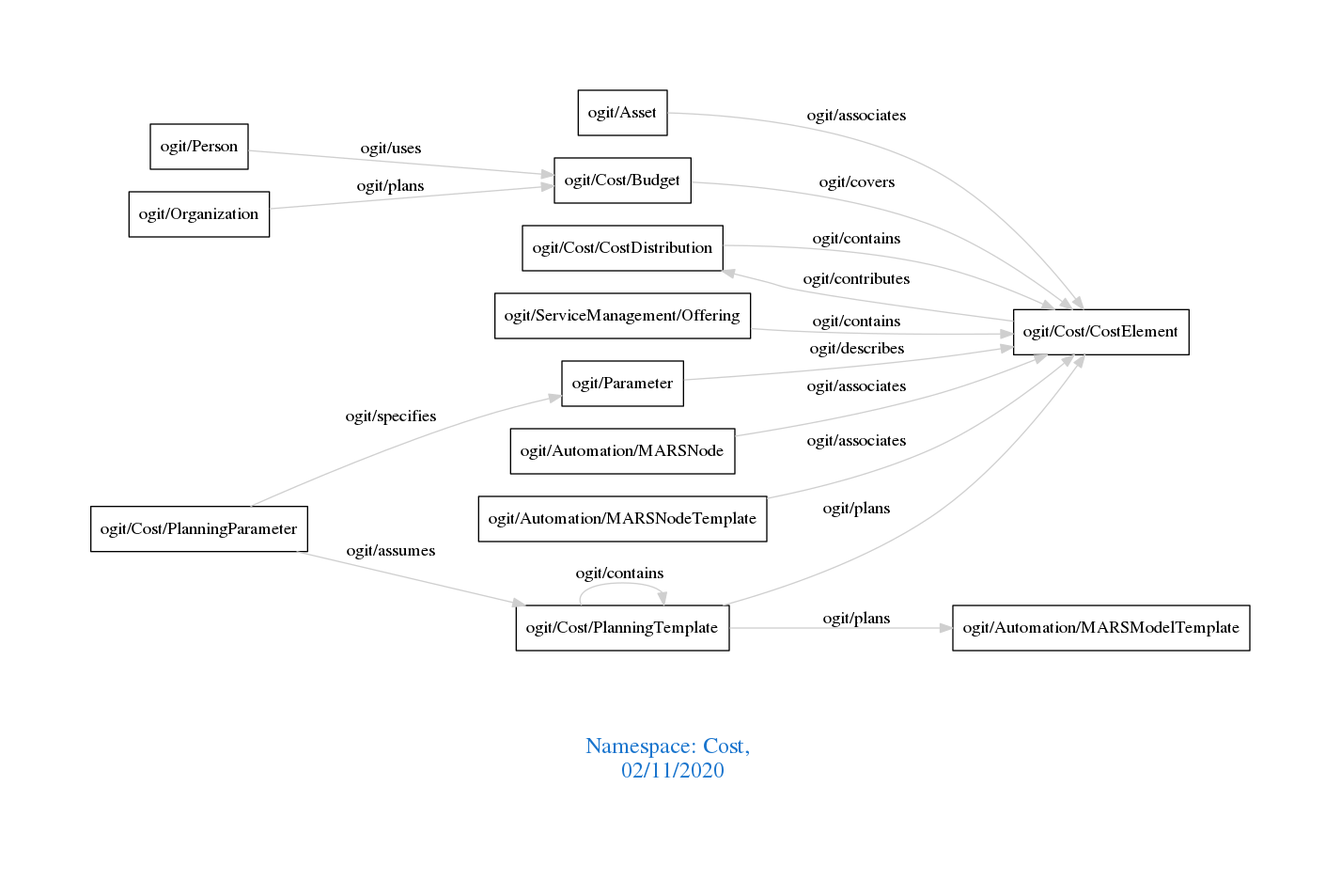
Before: downloads/Cost.png, a diagram exported from Graphviz (arago/OGIT). Its source is kept beside it as downloads/Cost.dot.
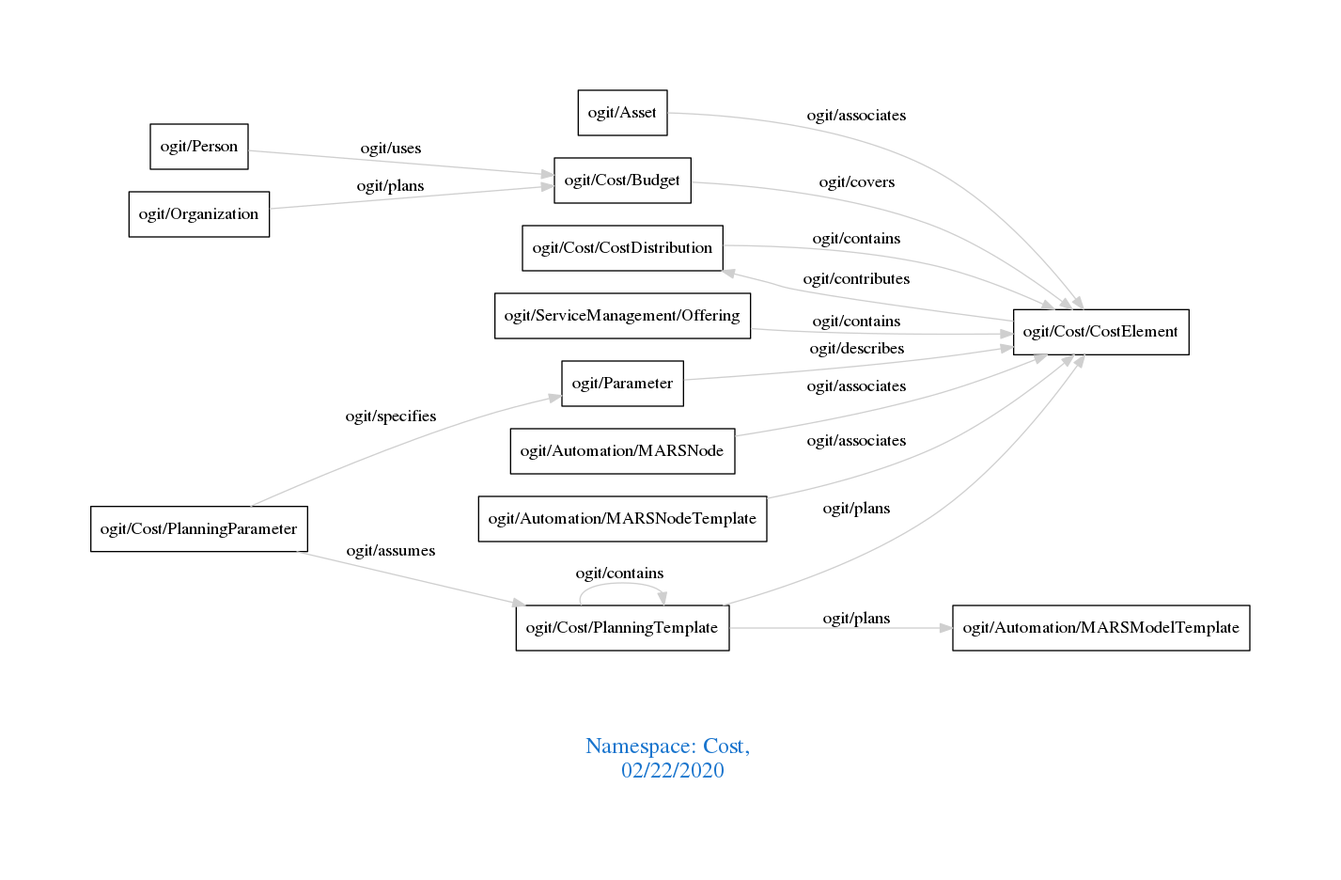
Later version of the same file.

What changed in the source:
```diff
@@ -1,7 +1,7 @@
 digraph OGIT_ontology {
  graph [ rankdir= LR,pad=1
 fontsize = 18,
-fontcolor= dodgerblue3,label = "\n\n\nNamespace: Cost, \n 02/11/2020"];
+fontcolor= dodgerblue3,label = "\n\n\nNamespace: Cost, \n 02/22/2020"];
 node[shape=polygon];
 edge [  color="gray81"];
 
```
